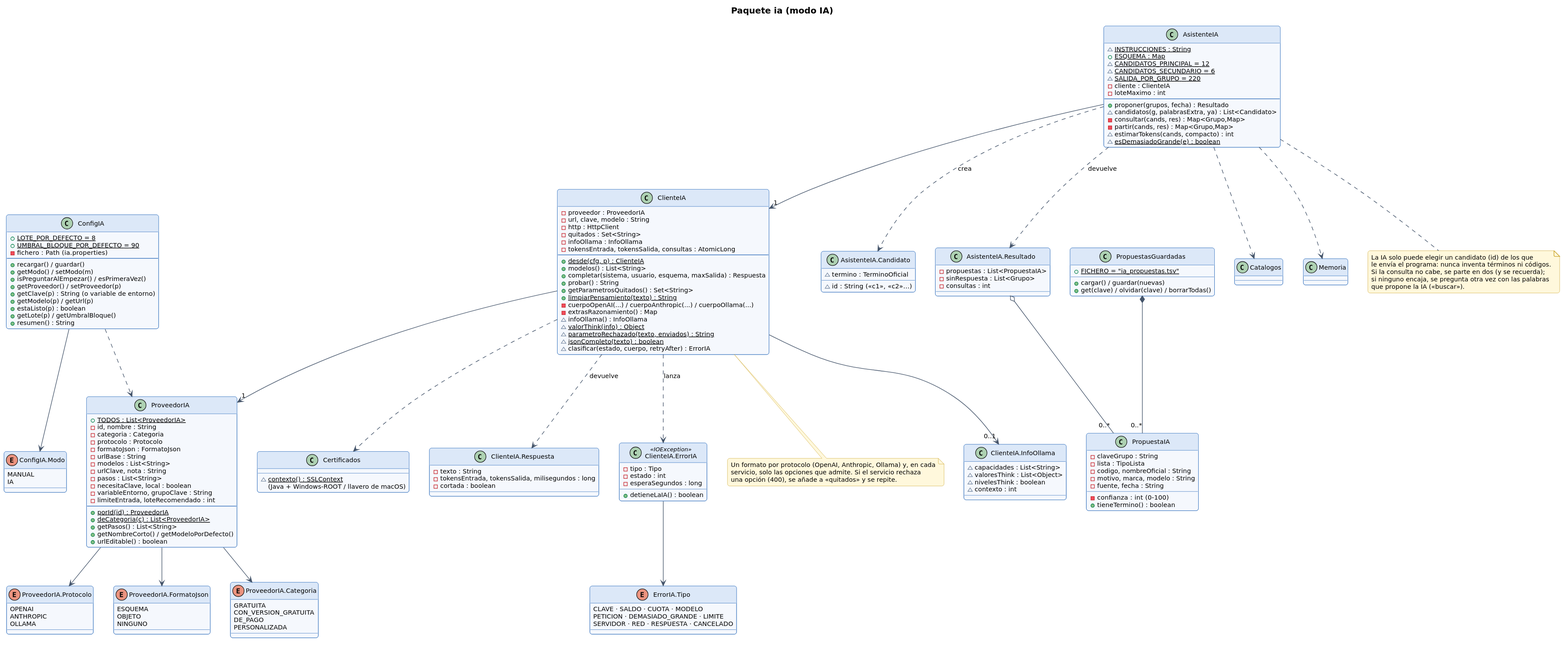
This is documentacion/diagramas-uml/d20_clases_ia.svg from JuanAnanin/catalogador-inventario, a PlantUML export, as it was before one commit.
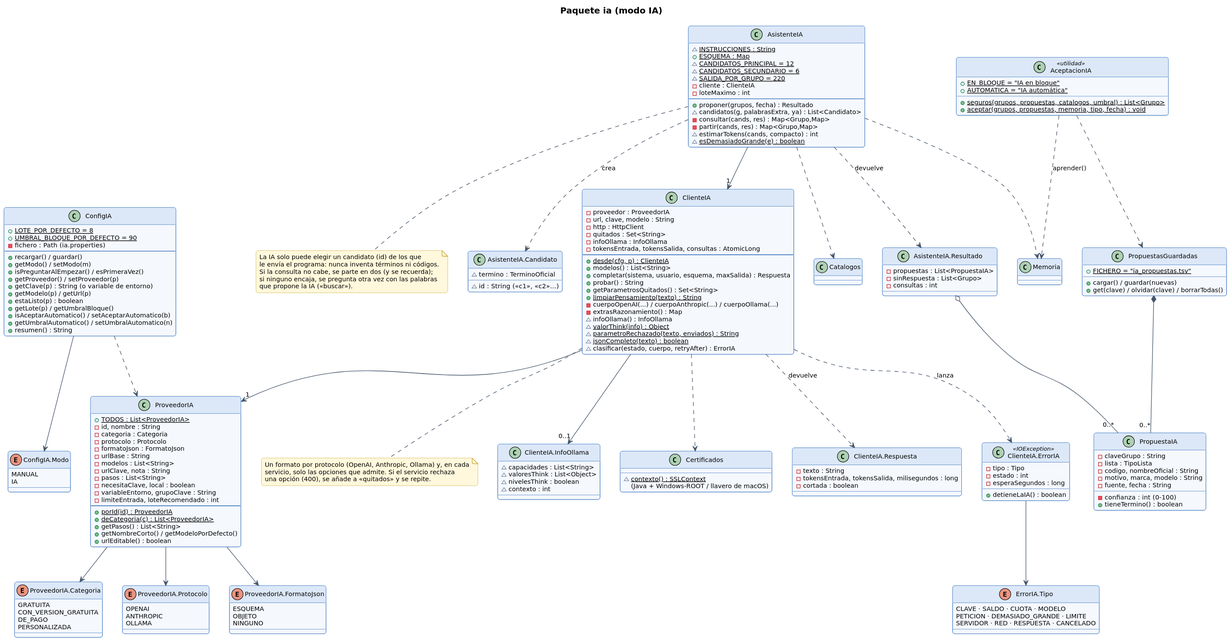
After the change.

What changed in the source:
```diff
@@ -50,6 +50,8 @@
   + getModelo(p) / getUrl(p)
   + estaListo(p) : boolean
   + getLote(p) / getUmbralBloque()
+  + isAceptarAutomatico() / setAceptarAutomatico(b)
+  + getUmbralAutomatico() / setUmbralAutomatico(n)
   + resumen() : String
 }
 enum "ConfigIA.Modo" as Modo {
@@ -138,6 +140,12 @@
   - fuente, fecha : String
   + tieneTermino() : boolean
 }
+class AceptacionIA <<utilidad>> {
+  + {static} EN_BLOQUE = "IA en bloque"
+  + {static} AUTOMATICA = "IA automática"
+  + {static} seguros(grupos, propuestas, catalogos, umbral) : List<Grupo>
+  + {static} aceptar(grupos, propuestas, memoria, tipo, fecha) : void
+}
 class PropuestasGuardadas {
   + {static} FICHERO = "ia_propuestas.tsv"
   + cargar() / guardar(nuevas)
@@ -161,6 +169,8 @@
 PropuestasGuardadas *-- "0..*" PropuestaIA
 AsistenteIA ..> Catalogos
 AsistenteIA ..> Memoria
+AceptacionIA ..> PropuestasGuardadas
+AceptacionIA ..> Memoria : aprender()
 class Catalogos
 class Memoria
 note bottom of AsistenteIA
```
